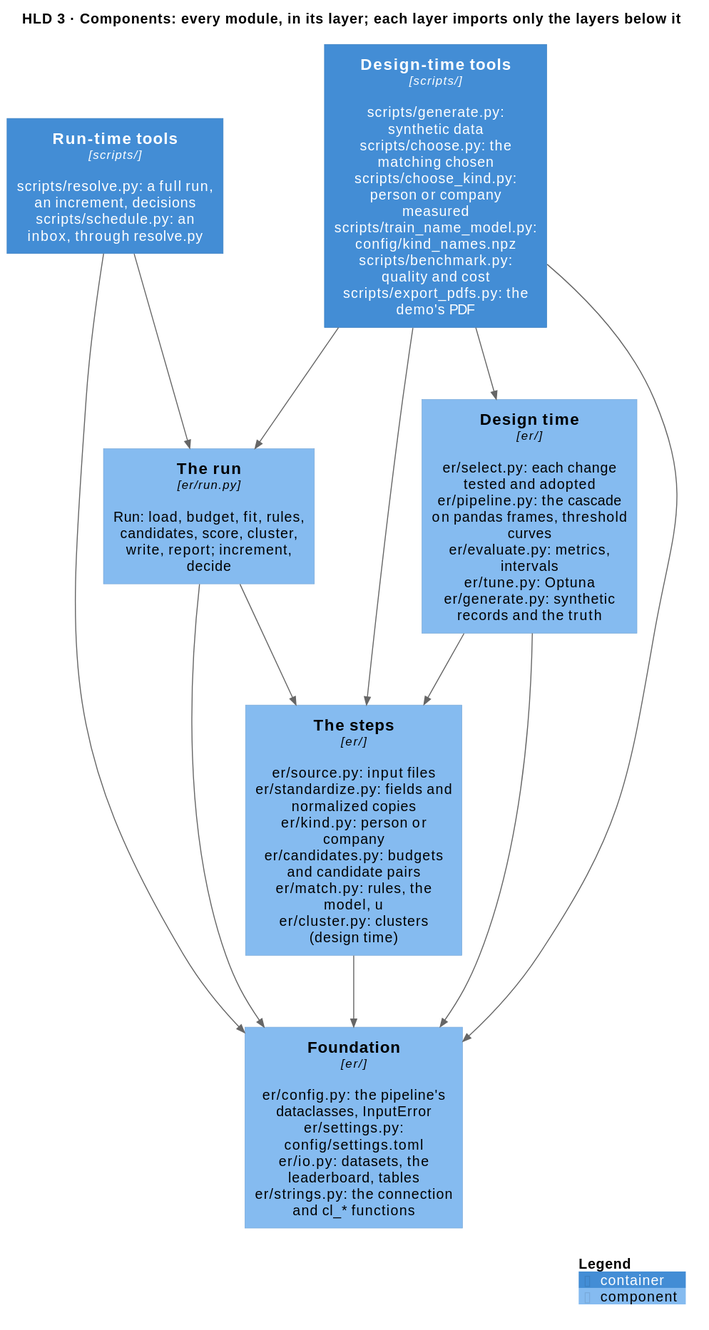
Earlier version of the PlantUML export docs/diagrams/components.svg (mvsbm/entity_matching).
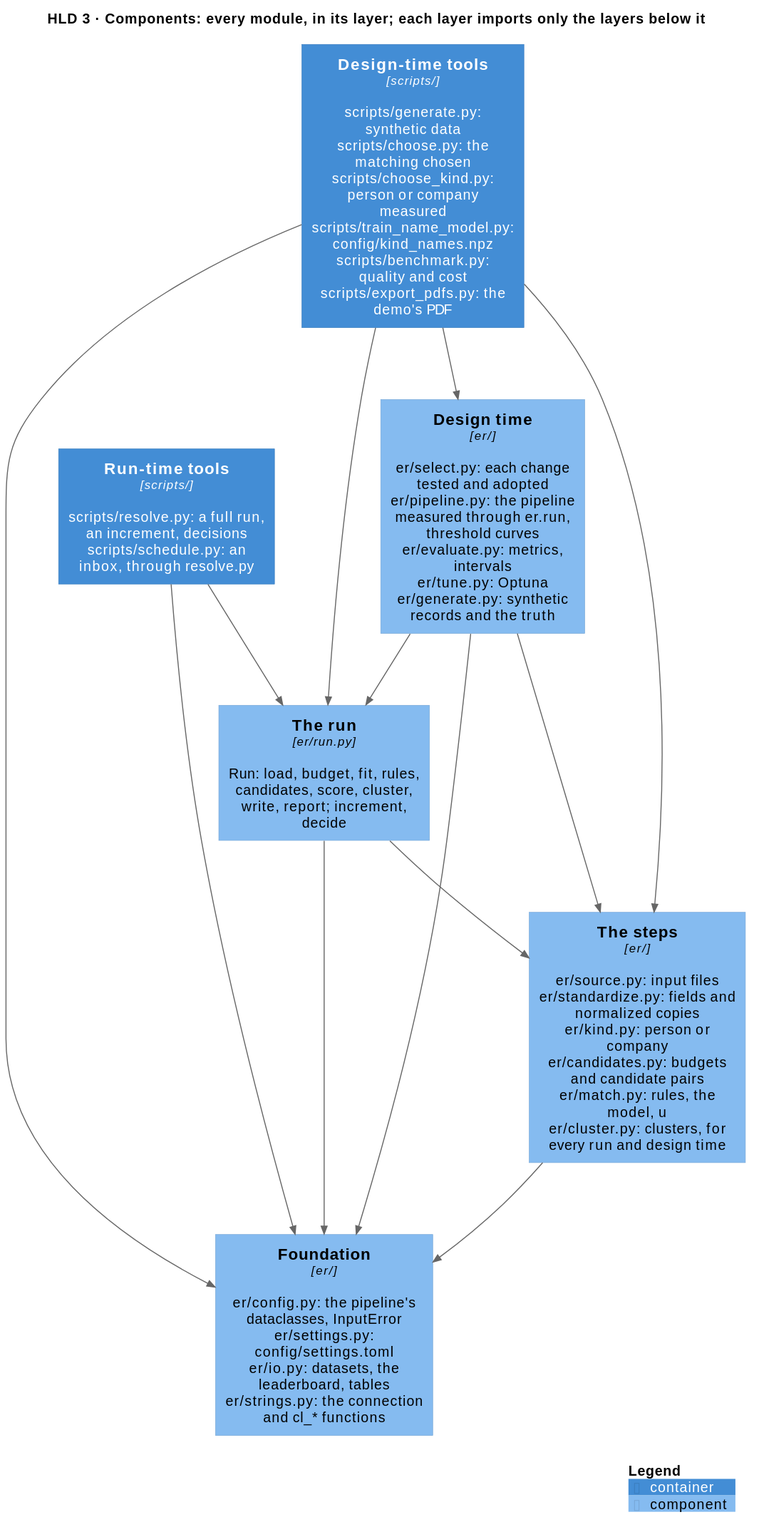
After the change.

Diff of the diagram source:
```diff
@@ -8,8 +8,8 @@
 Container(tools_design, "Design-time tools", "scripts/", "scripts/generate.py: synthetic data\nscripts/choose.py: the matching chosen\nscripts/choose_kind.py: person or company measured\nscripts/train_name_model.py: config/kind_names.npz\nscripts/benchmark.py: quality and cost\nscripts/export_pdfs.py: the demo's PDF")
 
 Component(run, "The run", "er/run.py", "Run: load, budget, fit, rules, candidates, score, cluster, write, report; increment, decide")
-Component(design, "Design time", "er/", "er/select.py: each change tested and adopted\ner/pipeline.py: the cascade on pandas frames, threshold curves\ner/evaluate.py: metrics, intervals\ner/tune.py: Optuna\ner/generate.py: synthetic records and the truth")
-Component(steps, "The steps", "er/", "er/source.py: input files\ner/standardize.py: fields and normalized copies\ner/kind.py: person or company\ner/candidates.py: budgets and candidate pairs\ner/match.py: rules, the model, u\ner/cluster.py: clusters (design time)")
+Component(design, "Design time", "er/", "er/select.py: each change tested and adopted\ner/pipeline.py: the pipeline measured through er.run, threshold curves\ner/evaluate.py: metrics, intervals\ner/tune.py: Optuna\ner/generate.py: synthetic records and the truth")
+Component(steps, "The steps", "er/", "er/source.py: input files\ner/standardize.py: fields and normalized copies\ner/kind.py: person or company\ner/candidates.py: budgets and candidate pairs\ner/match.py: rules, the model, u\ner/cluster.py: clusters, for every run and design time")
 Component(configuration, "Foundation", "er/", "er/config.py: the pipeline's dataclasses, InputError\ner/settings.py: config/settings.toml\ner/io.py: datasets, the leaderboard, tables\ner/strings.py: the connection and cl_* functions")
 
 Rel_D(tools_run, run, "")
@@ -20,6 +20,7 @@
 Rel_D(tools_design, configuration, "")
 Rel_D(run, steps, "")
 Rel_D(run, configuration, "")
+Rel_D(design, run, "")
 Rel_D(design, steps, "")
 Rel_D(design, configuration, "")
 Rel_D(steps, configuration, "")
```
